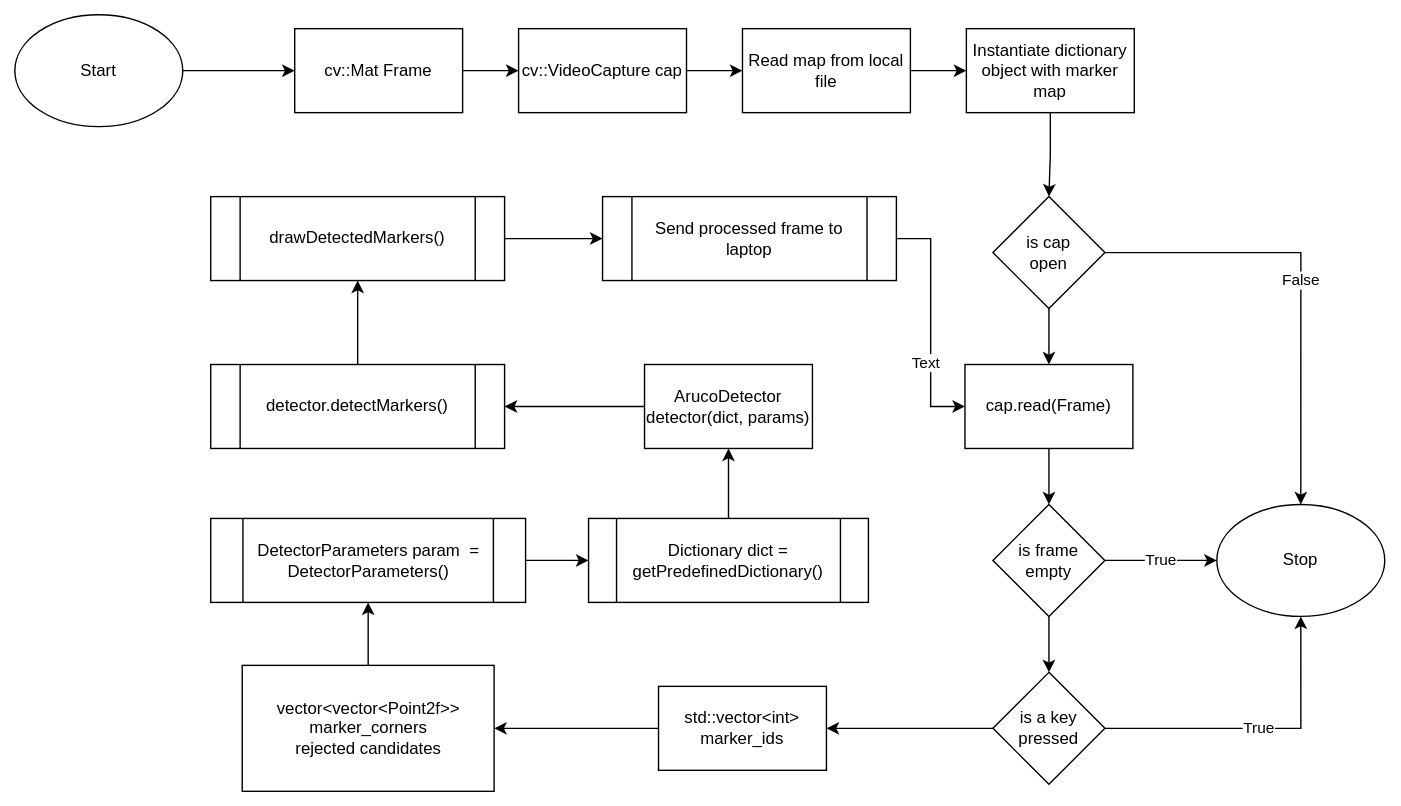
This is computer_vision_cpp/interim/webcam.drawio.svg from mxwlc/ee2project-2024-robot-power, a draw.io export, as it was before one commit. Source tidied: cells renumbered, new cells last; positions are measured from the earlier drawing's top-left corner, leaving out a move shared by most shapes.
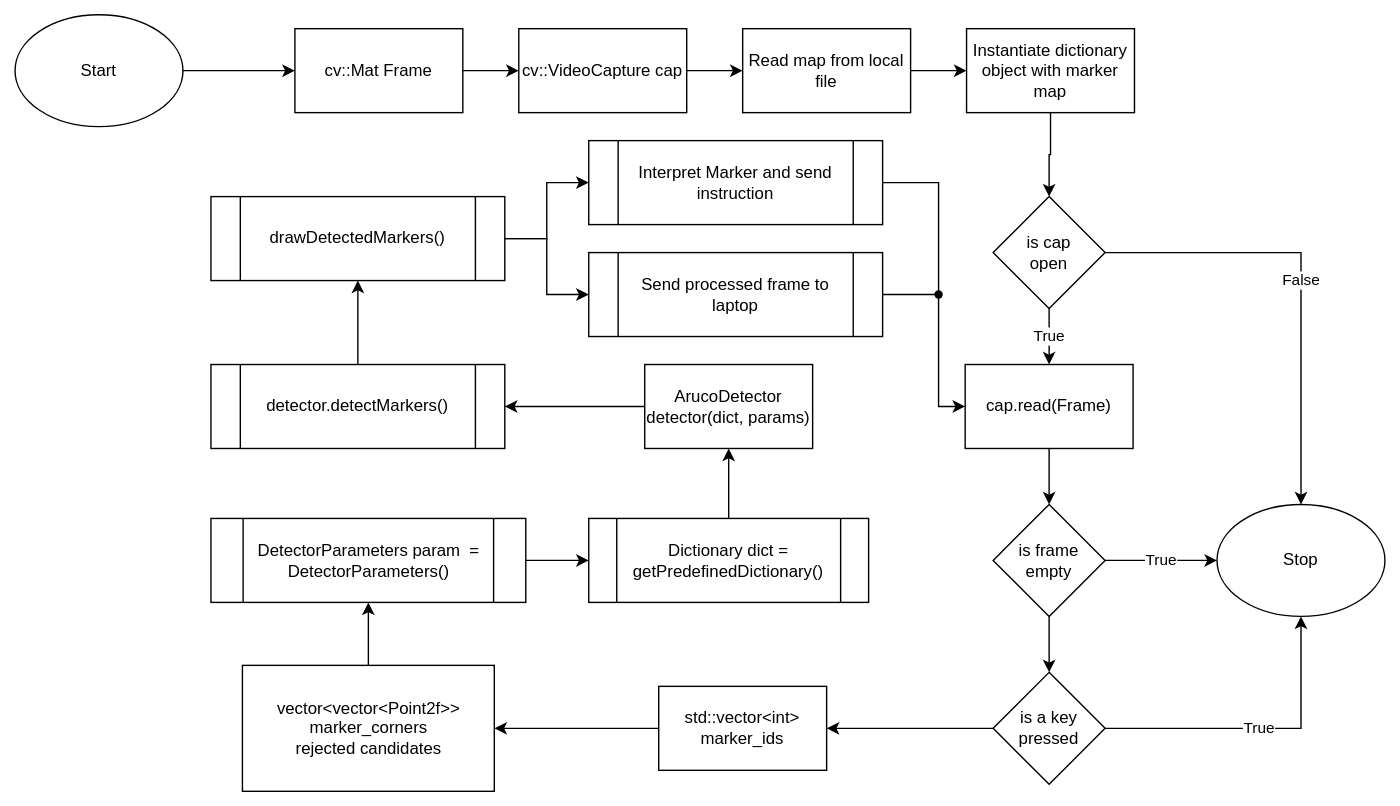
After the change.

The edit, as a diff of the source:
```diff
@@ -26,7 +26,7 @@
     <mxCell id="9" value="False" style="edgeStyle=orthogonalEdgeStyle;rounded=0;jettySize=auto;html=1;exitX=1;exitY=0.5;exitDx=0;exitDy=0;entryX=0.5;entryY=0;entryDx=0;entryDy=0;" parent="1" edge="1" source="11" target="4">
       <mxGeometry relative="1" as="geometry" />
     </mxCell>
-    <mxCell id="10" style="edgeStyle=orthogonalEdgeStyle;rounded=0;jettySize=auto;html=1;" parent="1" edge="1" source="11" target="13">
+    <mxCell id="10" value="True" style="edgeStyle=orthogonalEdgeStyle;rounded=0;jettySize=auto;html=1;" parent="1" edge="1" source="11" target="13">
       <mxGeometry relative="1" as="geometry" />
     </mxCell>
     <mxCell id="11" value="&lt;div&gt;is cap&lt;/div&gt;&lt;div&gt;open&lt;br&gt;&lt;/div&gt;" style="rhombus;whiteSpace=wrap;html=1;" parent="1" vertex="1">
@@ -77,6 +77,9 @@
     <mxCell id="26" style="edgeStyle=orthogonalEdgeStyle;rounded=0;jettySize=auto;html=1;" parent="1" edge="1" source="27" target="34">
       <mxGeometry relative="1" as="geometry" />
     </mxCell>
+    <mxCell id="41" style="edgeStyle=orthogonalEdgeStyle;rounded=0;jettySize=auto;html=1;exitX=1;exitY=0.5;exitDx=0;exitDy=0;" parent="1" edge="1" source="27" target="42">
+      <mxGeometry relative="1" as="geometry" />
+    </mxCell>
     <mxCell id="27" value="drawDetectedMarkers()" style="shape=process;whiteSpace=wrap;html=1;backgroundOutline=1;" parent="1" vertex="1">
       <mxGeometry x="140" y="130" width="210" height="60" as="geometry" />
     </mxCell>
@@ -92,14 +95,8 @@
     <mxCell id="31" value="Instantiate dictionary object with marker map" style="whiteSpace=wrap;html=1;" parent="1" vertex="1">
       <mxGeometry x="680" y="10" width="120" height="60" as="geometry" />
     </mxCell>
-    <mxCell id="32" style="edgeStyle=orthogonalEdgeStyle;rounded=0;jettySize=auto;html=1;exitX=1;exitY=0.5;exitDx=0;exitDy=0;entryX=0;entryY=0.5;entryDx=0;entryDy=0;" parent="1" edge="1" source="34" target="13">
-      <mxGeometry relative="1" as="geometry" />
-    </mxCell>
-    <mxCell id="33" value="Text" style="edgeLabel;html=1;align=center;verticalAlign=middle;" parent="32" vertex="1">
-      <mxGeometry x="0.34" y="-4" relative="1" as="geometry" />
-    </mxCell>
     <mxCell id="34" value="Send processed frame to laptop" style="shape=process;whiteSpace=wrap;html=1;backgroundOutline=1;" parent="1" vertex="1">
-      <mxGeometry x="420" y="130" width="210" height="60" as="geometry" />
+      <mxGeometry x="410" y="170" width="210" height="60" as="geometry" />
     </mxCell>
     <mxCell id="35" style="edgeStyle=orthogonalEdgeStyle;rounded=0;jettySize=auto;html=1;" parent="1" edge="1" source="36" target="40">
       <mxGeometry relative="1" as="geometry" />
@@ -119,5 +116,24 @@
     <mxCell id="40" value="ArucoDetector detector(dict, params)" style="whiteSpace=wrap;html=1;" parent="1" vertex="1">
       <mxGeometry x="450" y="250" width="120" height="60" as="geometry" />
     </mxCell>
+    <mxCell id="42" value="Interpret Marker and send instruction" style="shape=process;whiteSpace=wrap;html=1;backgroundOutline=1;fontStyle=0;" parent="1" vertex="1">
+      <mxGeometry x="410" y="90" width="210" height="60" as="geometry" />
+    </mxCell>
+    <mxCell id="43" style="edgeStyle=orthogonalEdgeStyle;rounded=0;jettySize=auto;html=1;" parent="1" edge="1" source="44" target="13">
+      <mxGeometry relative="1" as="geometry">
+        <Array as="points">
+          <mxPoint x="660" y="280" />
+        </Array>
+      </mxGeometry>
+    </mxCell>
+    <mxCell id="44" style="shape=waypoint;sketch=0;fillStyle=solid;size=6;points=[];fillColor=none;perimeter=centerPerimeter;snapToPoint=1;" parent="1" vertex="1">
+      <mxGeometry x="650" y="190" width="20" height="20" as="geometry" />
+    </mxCell>
+    <mxCell id="45" style="edgeStyle=orthogonalEdgeStyle;rounded=0;jettySize=auto;html=1;exitX=1;exitY=0.5;exitDx=0;exitDy=0;entryX=0.6;entryY=0.75;entryDx=0;entryDy=0;entryPerimeter=0;endArrow=none;endFill=0;" parent="1" edge="1" source="42" target="44">
+      <mxGeometry relative="1" as="geometry" />
+    </mxCell>
+    <mxCell id="46" style="edgeStyle=orthogonalEdgeStyle;rounded=0;jettySize=auto;html=1;exitX=1;exitY=0.5;exitDx=0;exitDy=0;entryX=-0.1;entryY=0.4;entryDx=0;entryDy=0;entryPerimeter=0;endArrow=none;endFill=0;" parent="1" edge="1" source="34" target="44">
+      <mxGeometry relative="1" as="geometry" />
+    </mxCell>
   </root>
 </mxGraphModel>
```
